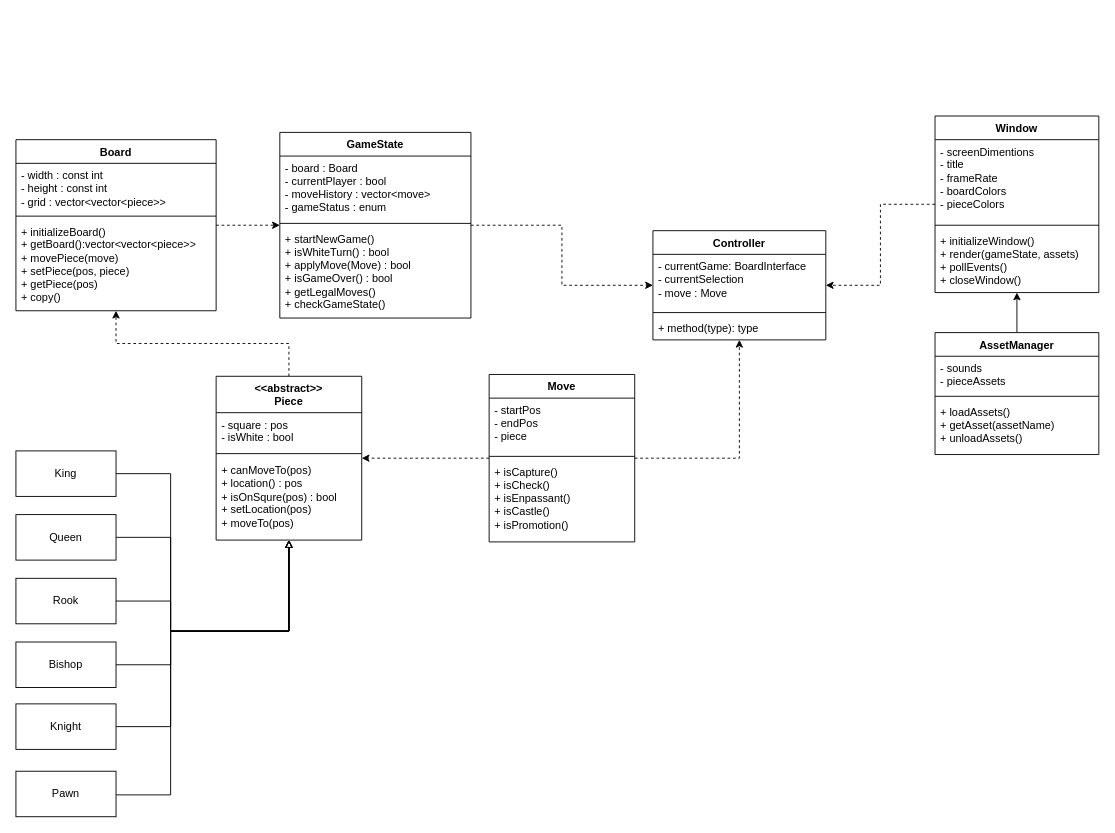
Before: QuantumChess.drawio in ZipCode-UA/QuantumChess, a draw.io diagram. Source tidied: cells renumbered, new cells numbered last; positions are measured from the earlier drawing's top-left corner, leaving out a move shared by most shapes. Both pictures are drawn from the tidied source at 91%, with x=0, y=0 at pixel (15, 116).
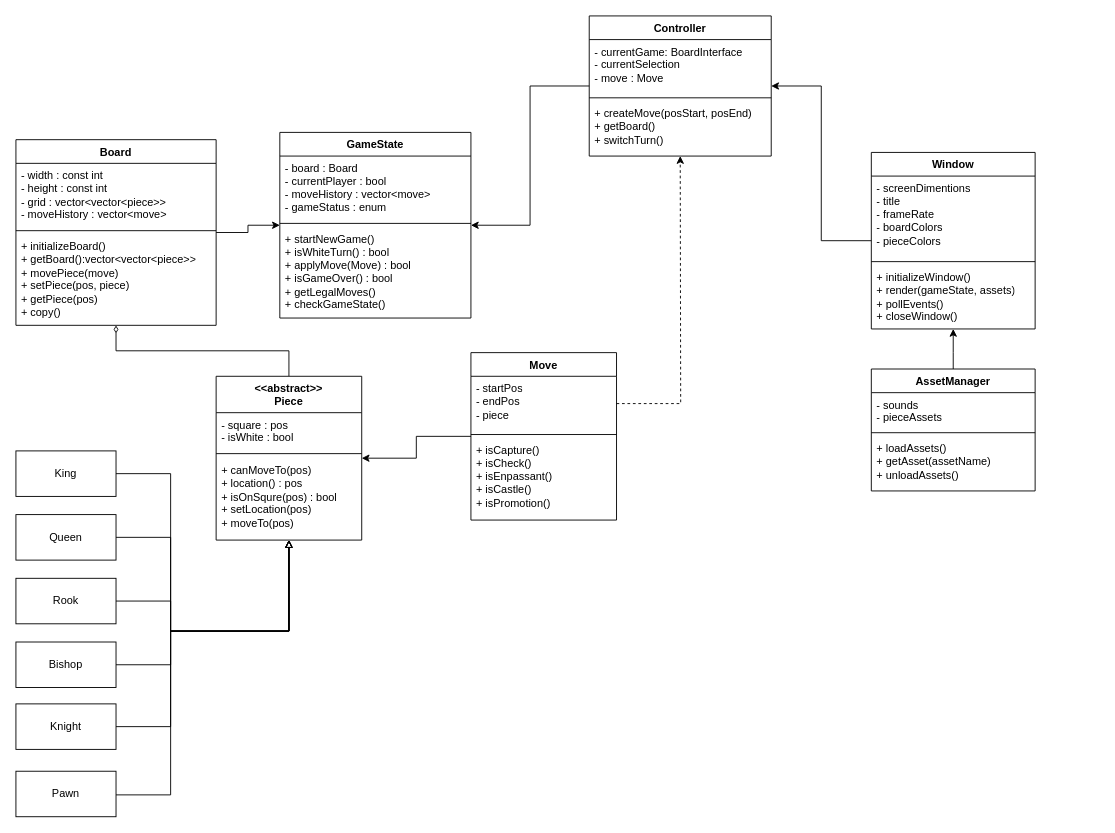
The same diagram, later.

Commit message (it also covers changes not shown here):
Fix relations between objects in class diagram and add svg

The change refers to these unchanged cells:
```xml
<mxCell id="6" value="GameState&lt;div&gt;&lt;br&gt;&lt;/div&gt;" style="swimlane;fontStyle=1;align=center;verticalAlign=top;horizontal=1;startSize=26;whiteSpace=wrap;html=1;" parent="1" vertex="1">
  <mxGeometry x="290" y="18" width="210" height="204" as="geometry" />
</mxCell>
<mxCell id="26" value="&lt;div&gt;&amp;lt;&amp;lt;abstract&amp;gt;&amp;gt;&lt;/div&gt;Piece" style="swimlane;fontStyle=1;align=center;verticalAlign=top;horizontal=1;startSize=40;whiteSpace=wrap;html=1;" parent="1" vertex="1">
  <mxGeometry x="220" y="286" width="160" height="180" as="geometry" />
</mxCell>
<mxCell id="45" value="- startPos&lt;div&gt;- endPos&lt;/div&gt;&lt;div&gt;- piece&lt;/div&gt;" style="text;strokeColor=none;fillColor=none;align=left;verticalAlign=top;spacingLeft=4;spacingRight=4;overflow=hidden;points=[[0,0.5],[1,0.5]];portConstraint=eastwest;whiteSpace=wrap;html=1;" parent="44" vertex="1">
  <mxGeometry y="26" width="160" height="60" as="geometry" />
</mxCell>
```

Diff of the diagram source:
```diff
@@
     <mxCell id="2" value="Controller" style="swimlane;fontStyle=1;align=center;verticalAlign=top;horizontal=1;startSize=26;whiteSpace=wrap;html=1;" parent="1" vertex="1">
-      <mxGeometry x="700" y="126" width="190" height="120" as="geometry" />
+      <mxGeometry x="630" y="-110" width="200" height="154" as="geometry" />
     </mxCell>
     <mxCell id="3" value="- currentGame: BoardInterface&lt;div&gt;- currentSelection&lt;/div&gt;&lt;div&gt;- move : Move&lt;/div&gt;" style="text;strokeColor=none;fillColor=none;align=left;verticalAlign=top;spacingLeft=4;spacingRight=4;overflow=hidden;whiteSpace=wrap;html=1;" parent="2" vertex="1">
-      <mxGeometry y="26" width="190" height="60" as="geometry" />
+      <mxGeometry y="26" width="200" height="60" as="geometry" />
     </mxCell>
     <mxCell id="4" style="line;strokeWidth=1;fillColor=none;align=left;verticalAlign=middle;spacingTop=-1;spacingLeft=3;spacingRight=3;labelPosition=right;strokeColor=inherit;" parent="2" vertex="1">
-      <mxGeometry y="86" width="190" height="8" as="geometry" />
+      <mxGeometry y="86" width="200" height="8" as="geometry" />
     </mxCell>
-    <mxCell id="5" value="+ method(type): type" style="text;strokeColor=none;fillColor=none;align=left;verticalAlign=top;spacingLeft=4;spacingRight=4;overflow=hidden;whiteSpace=wrap;html=1;" parent="2" vertex="1">
-      <mxGeometry y="94" width="190" height="26" as="geometry" />
+    <mxCell id="5" value="+ createMove(posStart, posEnd)&lt;div&gt;+ getBoard()&lt;/div&gt;&lt;div&gt;+ switchTurn()&lt;/div&gt;" style="text;strokeColor=none;fillColor=none;align=left;verticalAlign=top;spacingLeft=4;spacingRight=4;overflow=hidden;whiteSpace=wrap;html=1;" parent="2" vertex="1">
+      <mxGeometry y="94" width="200" height="60" as="geometry" />
     </mxCell>
@@
     <mxCell id="10" value="Window" style="swimlane;fontStyle=1;align=center;verticalAlign=top;horizontal=1;startSize=26;whiteSpace=wrap;html=1;" parent="1" vertex="1">
-      <mxGeometry x="1010" width="180" height="194" as="geometry" />
+      <mxGeometry x="940" y="40" width="180" height="194" as="geometry" />
     </mxCell>
@@
-    <mxCell id="14" style="edgeStyle=orthogonalEdgeStyle;rounded=0;jettySize=auto;html=1;dashed=1;" parent="1" edge="1" source="10" target="2">
+    <mxCell id="14" style="edgeStyle=orthogonalEdgeStyle;rounded=0;jettySize=auto;html=1;" parent="1" edge="1" source="10" target="2">
       <mxGeometry relative="1" as="geometry" />
     </mxCell>
-    <mxCell id="15" style="edgeStyle=orthogonalEdgeStyle;rounded=0;jettySize=auto;html=1;dashed=1;" parent="1" edge="1" source="26" target="22">
+    <mxCell id="15" style="edgeStyle=orthogonalEdgeStyle;rounded=0;jettySize=auto;html=1;endArrow=diamondThin;endFill=0;" parent="1" edge="1" source="26" target="22">
       <mxGeometry relative="1" as="geometry" />
     </mxCell>
-    <mxCell id="16" style="edgeStyle=orthogonalEdgeStyle;rounded=0;jettySize=auto;html=1;dashed=1;" parent="1" edge="1" source="22" target="6">
+    <mxCell id="16" style="edgeStyle=orthogonalEdgeStyle;rounded=0;jettySize=auto;html=1;" parent="1" edge="1" source="22" target="6">
       <mxGeometry relative="1" as="geometry" />
     </mxCell>
     <mxCell id="17" style="edgeStyle=orthogonalEdgeStyle;rounded=0;jettySize=auto;html=1;" parent="1" edge="1" source="18" target="10">
-      <mxGeometry relative="1" as="geometry" />
+      <mxGeometry relative="1" as="geometry">
+        <Array as="points">
+          <mxPoint x="1030" y="260" />
+          <mxPoint x="1030" y="260" />
+        </Array>
+      </mxGeometry>
     </mxCell>
     <mxCell id="18" value="AssetManager" style="swimlane;fontStyle=1;align=center;verticalAlign=top;horizontal=1;startSize=26;whiteSpace=wrap;html=1;" parent="1" vertex="1">
-      <mxGeometry x="1010" y="238" width="180" height="134" as="geometry" />
+      <mxGeometry x="940" y="278" width="180" height="134" as="geometry" />
     </mxCell>
@@
     <mxCell id="22" value="Board" style="swimlane;fontStyle=1;align=center;verticalAlign=top;horizontal=1;startSize=26;whiteSpace=wrap;html=1;" parent="1" vertex="1">
-      <mxGeometry y="26" width="220" height="188" as="geometry" />
+      <mxGeometry y="26" width="220" height="204" as="geometry" />
     </mxCell>
-    <mxCell id="23" value="&lt;div&gt;- width : const int&lt;/div&gt;&lt;div&gt;- height : const int&lt;/div&gt;- grid : vector&amp;lt;vector&amp;lt;piece&amp;gt;&amp;gt;" style="text;strokeColor=none;fillColor=none;align=left;verticalAlign=top;spacingLeft=4;spacingRight=4;overflow=hidden;whiteSpace=wrap;html=1;" parent="22" vertex="1">
-      <mxGeometry y="26" width="220" height="54" as="geometry" />
+    <mxCell id="23" value="&lt;div&gt;- width : const int&lt;/div&gt;&lt;div&gt;- height : const int&lt;/div&gt;- grid : vector&amp;lt;vector&amp;lt;piece&amp;gt;&amp;gt;&lt;div&gt;- moveHistory : vector&amp;lt;move&amp;gt;&lt;/div&gt;" style="text;strokeColor=none;fillColor=none;align=left;verticalAlign=top;spacingLeft=4;spacingRight=4;overflow=hidden;whiteSpace=wrap;html=1;" parent="22" vertex="1">
+      <mxGeometry y="26" width="220" height="70" as="geometry" />
     </mxCell>
     <mxCell id="24" style="line;strokeWidth=1;fillColor=none;align=left;verticalAlign=middle;spacingTop=-1;spacingLeft=3;spacingRight=3;labelPosition=right;strokeColor=inherit;" parent="22" vertex="1">
-      <mxGeometry y="80" width="220" height="8" as="geometry" />
+      <mxGeometry y="96" width="220" height="8" as="geometry" />
     </mxCell>
     <mxCell id="25" value="+ initializeBoard()&lt;div&gt;+ getBoard():vector&amp;lt;vector&amp;lt;piece&amp;gt;&amp;gt;&lt;div&gt;+ movePiece(move)&lt;/div&gt;&lt;div&gt;+ setPiece(pos, piece)&lt;/div&gt;&lt;div&gt;+ getPiece(pos)&lt;/div&gt;&lt;div&gt;+ copy()&lt;/div&gt;&lt;/div&gt;" style="text;strokeColor=none;fillColor=none;align=left;verticalAlign=top;spacingLeft=4;spacingRight=4;overflow=hidden;whiteSpace=wrap;html=1;" parent="22" vertex="1">
-      <mxGeometry y="88" width="220" height="100" as="geometry" />
+      <mxGeometry y="104" width="220" height="100" as="geometry" />
     </mxCell>
@@
-    <mxCell id="42" style="edgeStyle=orthogonalEdgeStyle;rounded=0;jettySize=auto;html=1;dashed=1;" parent="1" edge="1" source="6" target="2">
+    <mxCell id="42" style="edgeStyle=orthogonalEdgeStyle;rounded=0;jettySize=auto;html=1;" parent="1" edge="1" source="2" target="6">
       <mxGeometry relative="1" as="geometry" />
     </mxCell>
-    <mxCell id="43" style="edgeStyle=orthogonalEdgeStyle;rounded=0;jettySize=auto;html=1;dashed=1;" parent="1" edge="1" source="44" target="2">
-      <mxGeometry relative="1" as="geometry" />
+    <mxCell id="43" style="edgeStyle=orthogonalEdgeStyle;rounded=0;jettySize=auto;html=1;dashed=1;exitX=1;exitY=0.5;exitDx=0;exitDy=0;" parent="1" edge="1" source="45">
+      <mxGeometry relative="1" as="geometry">
+        <mxPoint x="730" y="44" as="targetPoint" />
+      </mxGeometry>
     </mxCell>
     <mxCell id="44" value="Move" style="swimlane;fontStyle=1;align=center;verticalAlign=top;horizontal=1;startSize=26;whiteSpace=wrap;html=1;" parent="1" vertex="1">
-      <mxGeometry x="520" y="284" width="160" height="184" as="geometry" />
+      <mxGeometry x="500" y="260" width="160" height="184" as="geometry" />
     </mxCell>
@@
-    <mxCell id="48" style="edgeStyle=orthogonalEdgeStyle;rounded=0;jettySize=auto;html=1;dashed=1;" parent="1" edge="1" source="44" target="26">
+    <mxCell id="48" style="edgeStyle=orthogonalEdgeStyle;rounded=0;jettySize=auto;html=1;endArrow=none;endFill=0;startArrow=classic;startFill=1;" parent="1" edge="1" source="26" target="44">
       <mxGeometry relative="1" as="geometry" />
     </mxCell>
```
